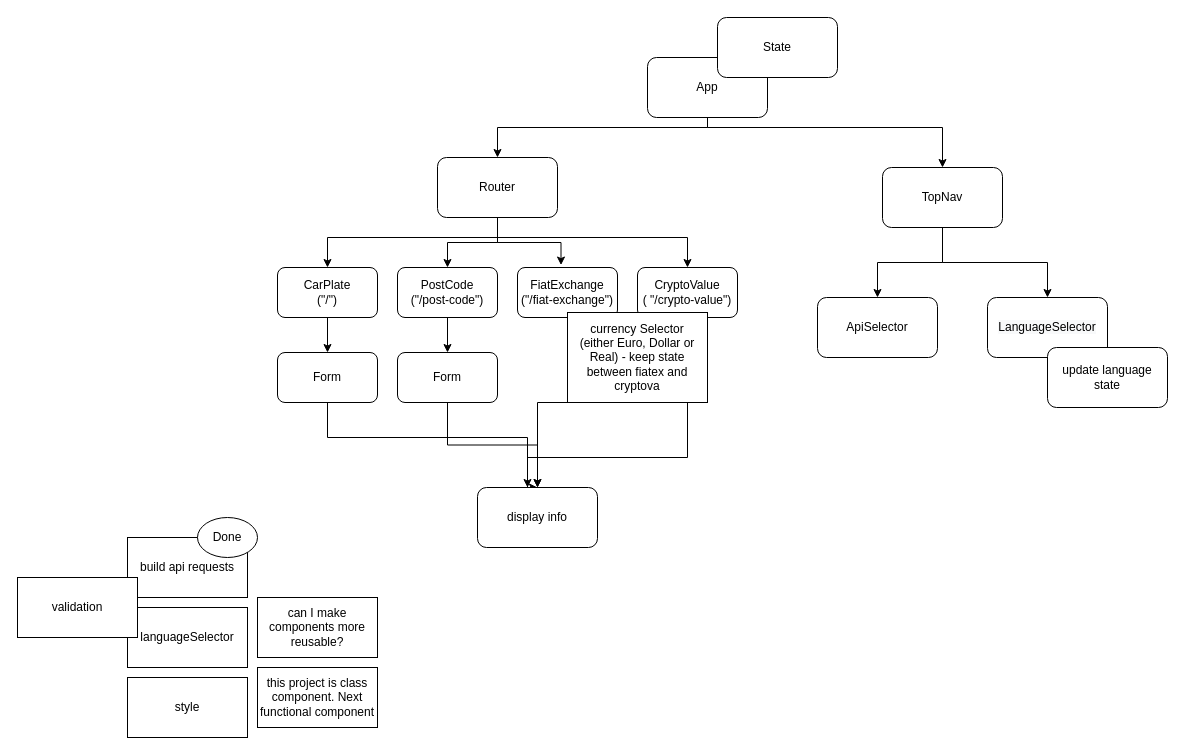
Before: page "Page-1" (1 of 2) of Untitled Diagram.drawio in juanbarbera/diagrams, a draw.io diagram. Source tidied: cells renumbered, new cells numbered last; positions are measured from the earlier drawing's top-left corner, leaving out a move shared by most shapes. Both pictures are drawn from the tidied source at 100%, with x=0, y=0 at pixel (17, 17).
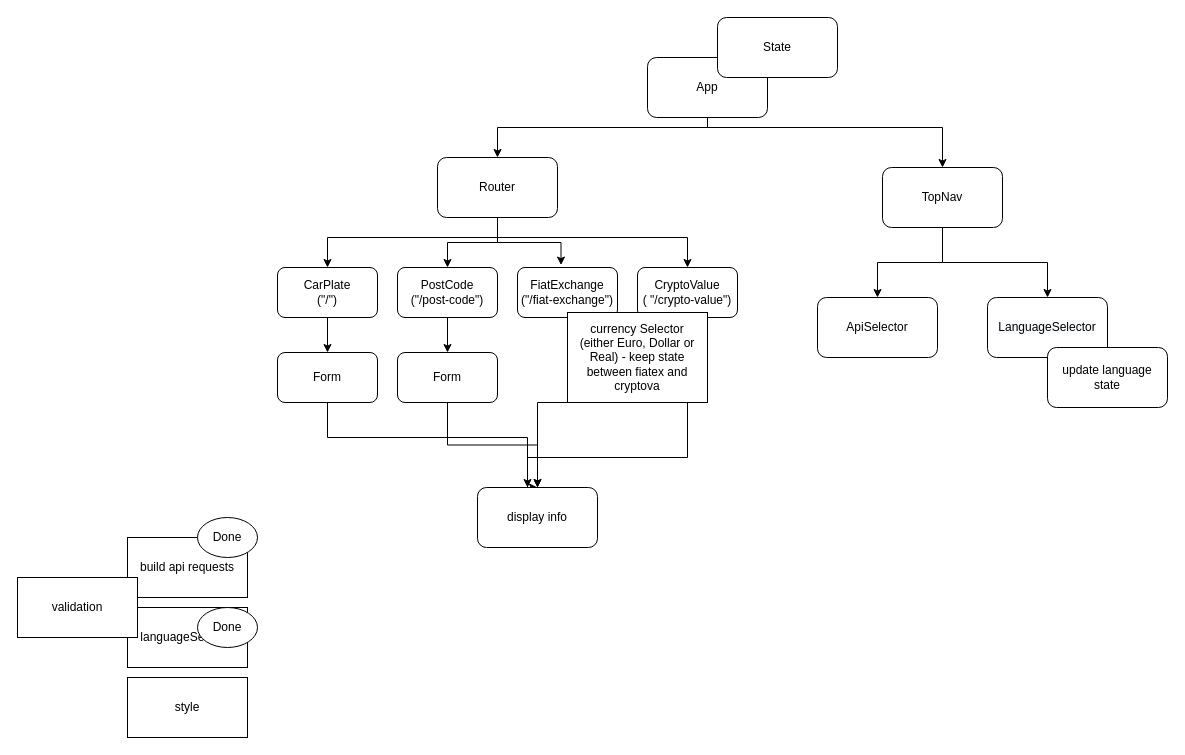
The same page after the edit.

The edit, as a diff of the source:
```diff
@@
-    <mxCell id="33" value="can I make components more reusable?" style="rounded=0;whiteSpace=wrap;html=1;" parent="1" vertex="1">
-      <mxGeometry x="240" y="580" width="120" height="60" as="geometry" />
-    </mxCell>
-    <mxCell id="34" value="this project is class component. Next functional component" style="rounded=0;whiteSpace=wrap;html=1;" parent="1" vertex="1">
-      <mxGeometry x="240" y="650" width="120" height="60" as="geometry" />
-    </mxCell>
@@
+    <mxCell id="39" value="Done" style="ellipse;whiteSpace=wrap;html=1;" parent="1" vertex="1">
+      <mxGeometry x="180" y="590" width="60" height="40" as="geometry" />
+    </mxCell>
```
